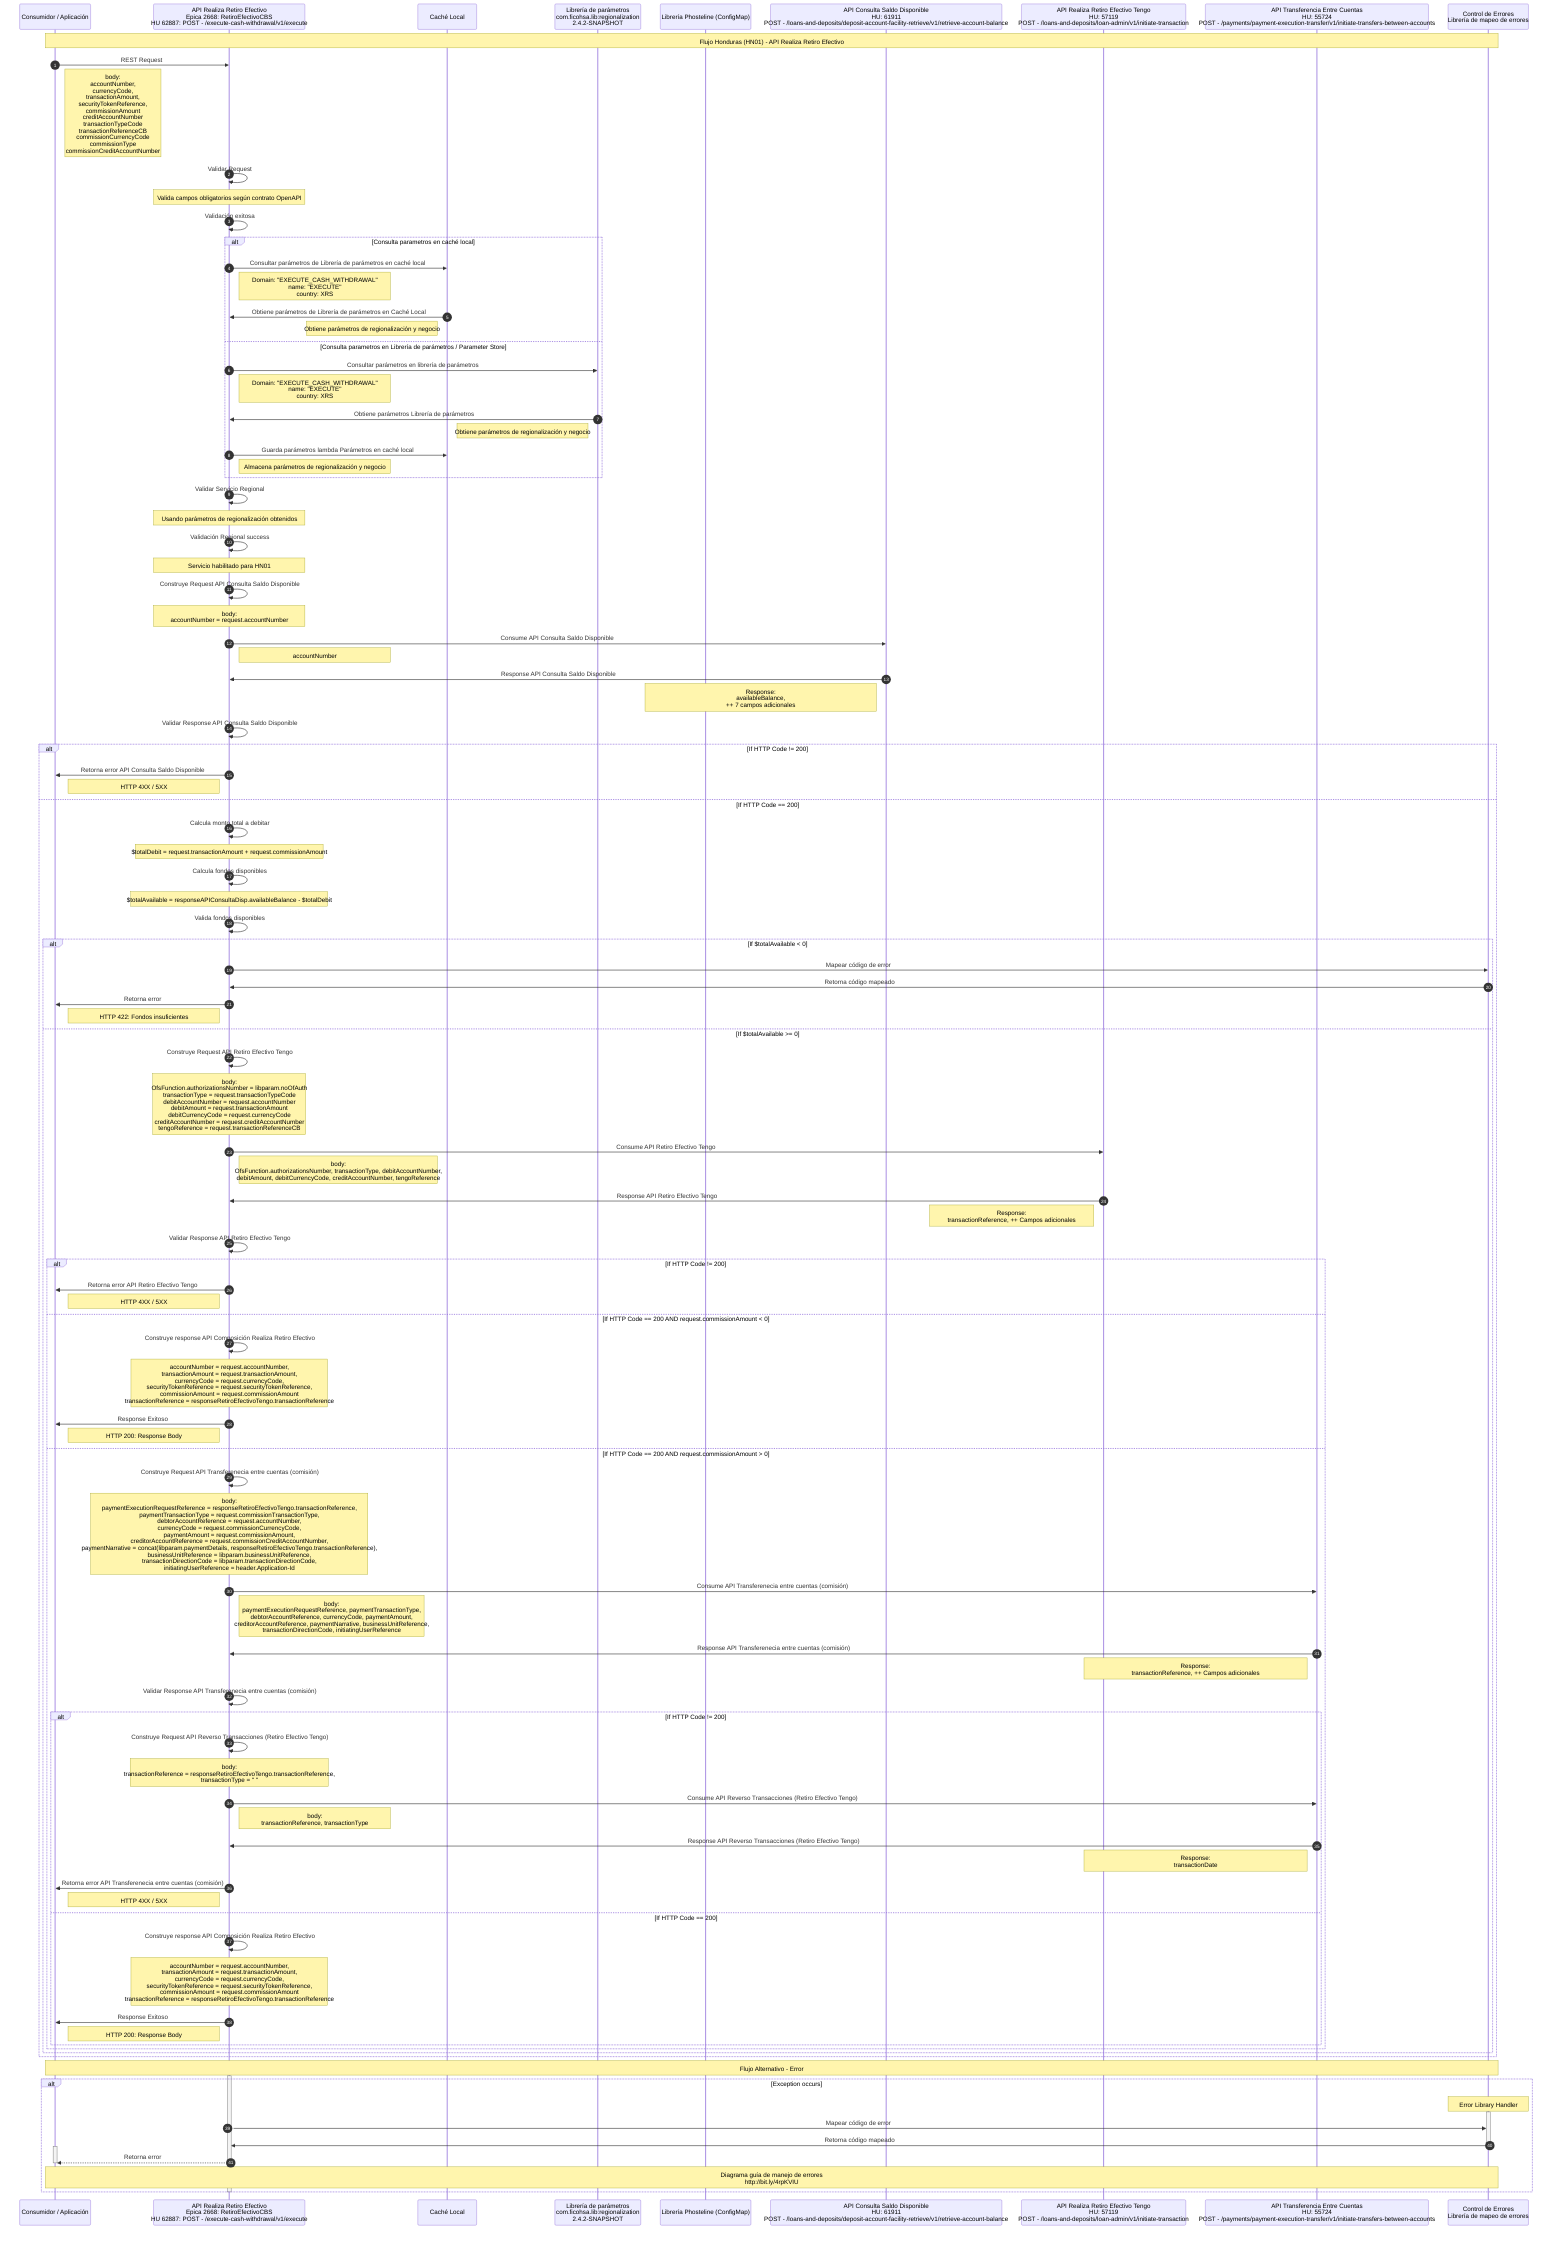
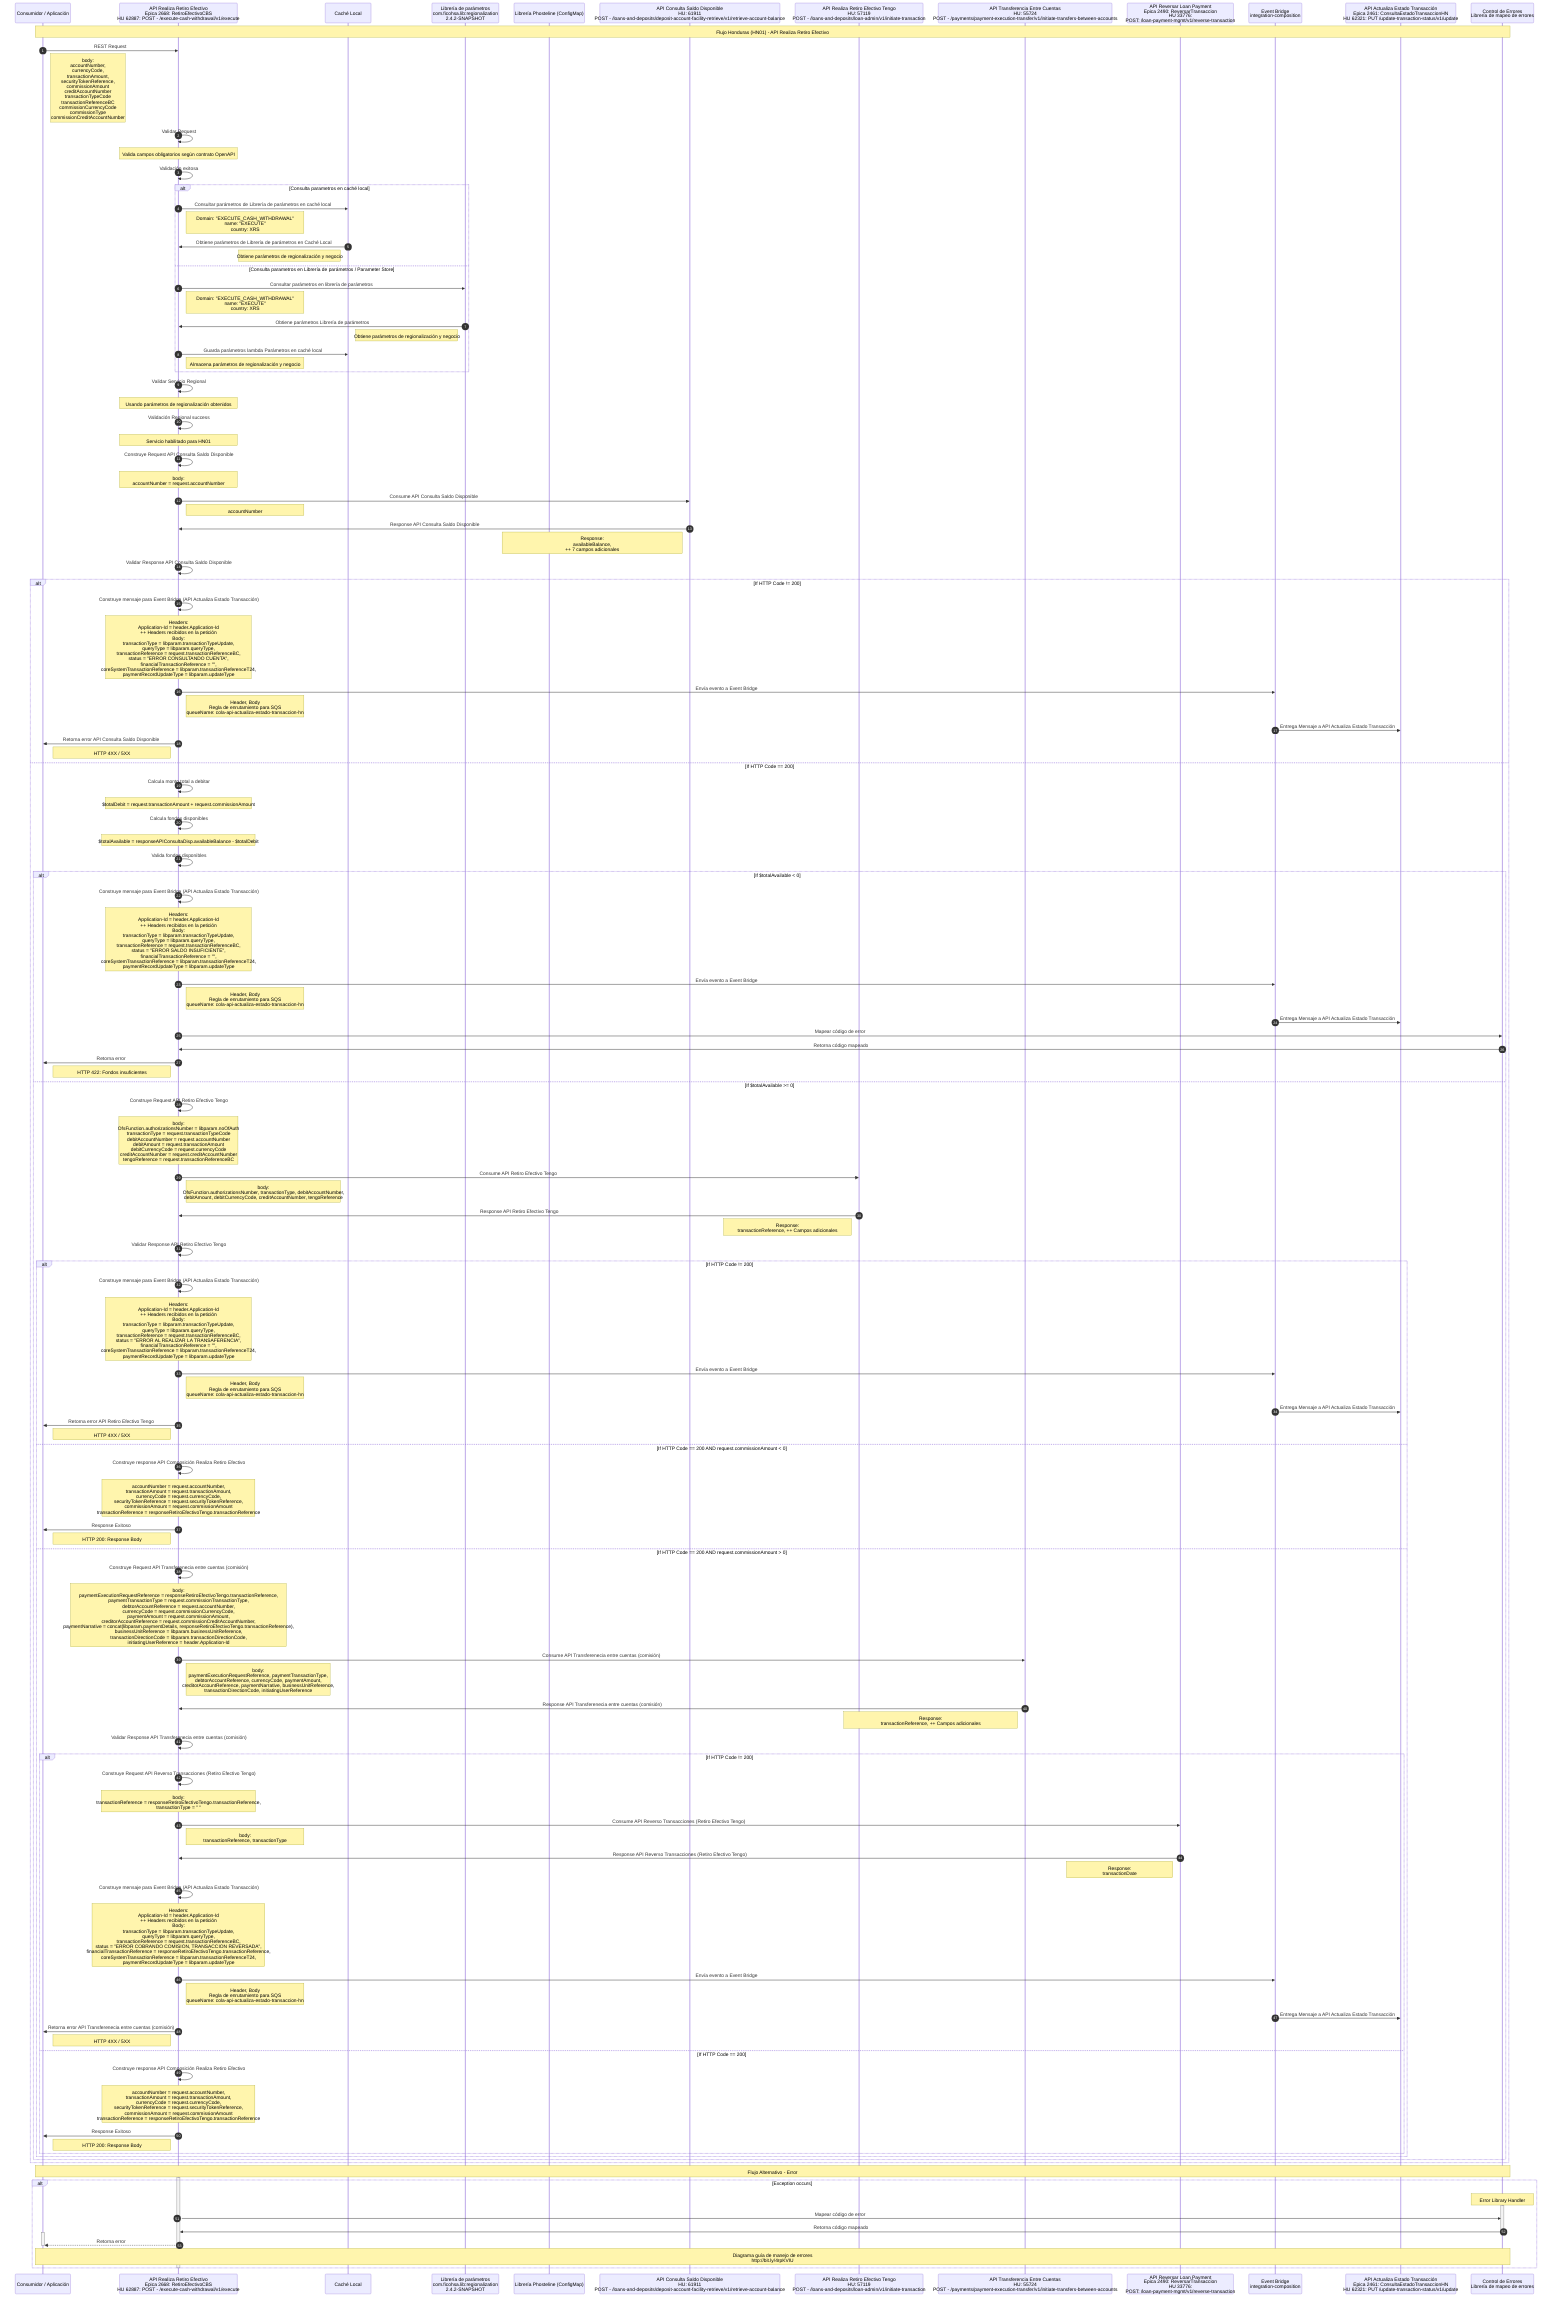
sequenceDiagram
    autonumber
    participant Consumidor as Consumidor / Aplicación
    participant API as API Realiza Retiro Efectivo <br> Epica 2668: RetiroEfectivoCBS <br> HU 62887:  POST - /execute-cash-withdrawal/v1/execute
    participant CL as Caché Local
    participant Lambda as Librería de parámetros <br> com.ficohsa.lib:regionalization <br> 2.4.2-SNAPSHOT
    participant Lib as Librería Phosteline (ConfigMap)
    participant saldo as API Consulta Saldo Disponible <br> HU: 61911 <br> POST - /loans-and-deposits/deposit-account-facility-retrieve/v1/retrieve-account-balance
    participant retiro as API Realiza Retiro Efectivo Tengo <br> HU: 57119 <br> POST - /loans-and-deposits/loan-admin/v1/initiate-transaction
    participant comision as API Transferencia Entre Cuentas <br> HU: 55724 <br> POST - /payments/payment-execution-transfer/v1/initiate-transfers-between-accounts
+     participant reverso as API Reversar Loan Payment <br> Epica 2490: ReversarTransaccion <br> HU 33776: <br> POST: /loan-payment-mgmt/v1/reverse-transaction
+     participant event as Event Bridge <br> integration-composition
+     participant API5 as API Actualiza Estado Transacción <br> Epica 2461: ConsultaEstadoTransaccionHN <br> HU 62321:  PUT /update-transaction-status/v1/update
    participant Errors as Control de Errores <br> Librería de mapeo de errores

    Note over Consumidor, Errors: Flujo Honduras (HN01) - API Realiza Retiro Efectivo

    Consumidor->>API: REST Request
-     Note right of Consumidor: body: <br> accountNumber, <br> currencyCode, <br> transactionAmount, <br> securityTokenReference, <br> commissionAmount <br> creditAccountNumber <br> transactionTypeCode <br> transactionReferenceCB <br> commissionCurrencyCode <br> commissionType <br> commissionCreditAccountNumber
+     Note right of Consumidor: body: <br> accountNumber, <br> currencyCode, <br> transactionAmount, <br> securityTokenReference, <br> commissionAmount <br> creditAccountNumber <br> transactionTypeCode <br> transactionReferenceBC <br> commissionCurrencyCode <br> commissionType <br> commissionCreditAccountNumber

    API->>API: Validar Request
    Note over API: Valida campos obligatorios según contrato OpenAPI

    API->>API: Validación exitosa

    alt Consulta parametros en caché local

        API->>CL: Consultar parámetros de Librería de parámetros en caché local
        Note right of API: Domain: "EXECUTE_CASH_WITHDRAWAL" <br> name: "EXECUTE" <br> country: XRS

        CL->>API: Obtiene parámetros de Librería de parámetros en Caché Local
        Note left of CL: Obtiene parámetros de regionalización y negocio

    else Consulta  parametros en Librería de parámetros / Parameter Store

        API->>Lambda: Consultar parámetros en librería de parámetros
        Note right of API: Domain: "EXECUTE_CASH_WITHDRAWAL" <br> name: "EXECUTE" <br> country: XRS

        Lambda->>API: Obtiene parámetros Librería de parámetros
        Note left of Lambda: Obtiene parámetros de regionalización y negocio

        API->>CL: Guarda parámetros lambda Parámetros en caché local
        Note right of API: Almacena parámetros de regionalización y negocio

    end

    API->>API: Validar Servicio Regional
    Note over API: Usando parámetros de regionalización obtenidos

    API->>API: Validación Regional success
    Note over API: Servicio habilitado para HN01

    API->>API: Construye Request API Consulta Saldo Disponible
    Note over API: body:  <br> accountNumber = request.accountNumber

    API->>saldo: Consume API Consulta Saldo Disponible
    Note right of API: accountNumber

    saldo->>API: Response API Consulta Saldo Disponible
    Note left of saldo: Response: <br> availableBalance, <br> ++ 7 campos adicionales

    API->>API: Validar Response API Consulta Saldo Disponible

    alt If HTTP Code != 200

+         API->>API: Construye mensaje para Event Bridge (API Actualiza Estado Transacción)
+         Note over API: Headers: <br> Application-Id = header.Application-Id <br> ++ Headers recibidos en la petición <br> Body: <br> transactionType = libparam.transactionTypeUpdate, <br> queryType = libparam.queryType, <br> transactionReference = request.transactionReferenceBC, <br> status = "ERROR CONSULTANDO CUENTA", <br> financialTransactionReference = "", <br> coreSystemTransactionReference = libparam.transactionReferenceT24, <br> paymentRecordUpdateType = libparam.updateType
+ 
+         API->>event: Envía evento a Event Bridge
+         Note right of API: Header, Body <br> Regla de enrutamiento para SQS <br> queueName: cola-api-actualiza-estado-transaccion-hn
+ 
+         event->>API5: Entrega Mensaje a API Actualiza Estado Transacción
+ 
        API->> Consumidor: Retorna error API Consulta Saldo Disponible
        Note left of API: HTTP 4XX / 5XX

    else If HTTP Code == 200

        API->>API: Calcula monto total a debitar
        Note over API: $totalDebit = request.transactionAmount + request.commissionAmount

        API->>API: Calcula fondos disponibles
        Note over API: $totalAvailable = responseAPIConsultaDisp.availableBalance - $totalDebit

        API->>API: Valida fondos disponibles

        alt If $totalAvailable < 0

+             API->>API: Construye mensaje para Event Bridge (API Actualiza Estado Transacción)
+             Note over API: Headers: <br> Application-Id = header.Application-Id <br> ++ Headers recibidos en la petición <br> Body: <br> transactionType = libparam.transactionTypeUpdate, <br> queryType = libparam.queryType, <br> transactionReference = request.transactionReferenceBC, <br> status = "ERROR SALDO INSUFICIENTE", <br> financialTransactionReference = "", <br> coreSystemTransactionReference = libparam.transactionReferenceT24, <br> paymentRecordUpdateType = libparam.updateType
+ 
+             API->>event: Envía evento a Event Bridge
+             Note right of API: Header, Body <br> Regla de enrutamiento para SQS <br> queueName: cola-api-actualiza-estado-transaccion-hn
+ 
+             event->>API5: Entrega Mensaje a API Actualiza Estado Transacción
+ 
            API->> Errors: Mapear código de error

            Errors ->> API: Retorna código mapeado

            API->> Consumidor: Retorna error
            Note left of API: HTTP 422: Fondos insuficientes

        else If $totalAvailable >= 0

            API->>API: Construye Request API Retiro Efectivo Tengo
-             Note over API: body: <br> OfsFunction.authorizationsNumber = libparam.noOfAuth <br> transactionType = request.transactionTypeCode <br> debitAccountNumber = request.accountNumber <br> debitAmount = request.transactionAmount <br> debitCurrencyCode = request.currencyCode <br> creditAccountNumber = request.creditAccountNumber <br> tengoReference = request.transactionReferenceCB
+             Note over API: body: <br> OfsFunction.authorizationsNumber = libparam.noOfAuth <br> transactionType = request.transactionTypeCode <br> debitAccountNumber = request.accountNumber <br> debitAmount = request.transactionAmount <br> debitCurrencyCode = request.currencyCode <br> creditAccountNumber = request.creditAccountNumber <br> tengoReference = request.transactionReferenceBC

            API->>retiro: Consume API Retiro Efectivo Tengo
            Note right of API: body:<br> OfsFunction.authorizationsNumber, transactionType, debitAccountNumber, <br> debitAmount, debitCurrencyCode, creditAccountNumber, tengoReference

            retiro->>API: Response API Retiro Efectivo Tengo
            Note left of retiro: Response: <br> transactionReference, ++ Campos adicionales

            API->>API: Validar Response API Retiro Efectivo Tengo

            alt If HTTP Code != 200

+                 API->>API: Construye mensaje para Event Bridge (API Actualiza Estado Transacción)
+                 Note over API: Headers: <br> Application-Id = header.Application-Id <br> ++ Headers recibidos en la petición <br> Body: <br> transactionType = libparam.transactionTypeUpdate, <br> queryType = libparam.queryType, <br> transactionReference = request.transactionReferenceBC, <br> status = "ERROR AL REALIZAR LA TRANSAFERENCIA", <br> financialTransactionReference = "", <br> coreSystemTransactionReference = libparam.transactionReferenceT24, <br> paymentRecordUpdateType = libparam.updateType
+ 
+                 API->>event: Envía evento a Event Bridge
+                 Note right of API: Header, Body <br> Regla de enrutamiento para SQS <br> queueName: cola-api-actualiza-estado-transaccion-hn
+ 
+                 event->>API5: Entrega Mensaje a API Actualiza Estado Transacción
+ 
                API->> Consumidor: Retorna error API Retiro Efectivo Tengo
                Note left of API: HTTP 4XX / 5XX

             else If HTTP Code == 200 AND request.commissionAmount < 0

                API->>API: Construye response API Composición Realiza Retiro Efectivo
                Note over API: accountNumber = request.accountNumber, <br> transactionAmount = request.transactionAmount, <br>  currencyCode = request.currencyCode, <br>  securityTokenReference = request.securityTokenReference, <br> commissionAmount = request.commissionAmount <br> transactionReference = responseRetiroEfectivoTengo.transactionReference

                API->>Consumidor: Response Exitoso
                Note left of API: HTTP 200: Response Body

            else If HTTP Code == 200 AND request.commissionAmount > 0

                API->>API: Construye Request API Transferenecia entre cuentas (comisión)
                Note over API: body: <br> paymentExecutionRequestReference = responseRetiroEfectivoTengo.transactionReference, <br> paymentTransactionType = request.commissionTransactionType, <br> debtorAccountReference = request.accountNumber, <br> currencyCode = request.commissionCurrencyCode, <br> paymentAmount = request.commissionAmount, <br> creditorAccountReference = request.commissionCreditAccountNumber, <br> paymentNarrative = concat(libparam.paymentDetails, responseRetiroEfectivoTengo.transactionReference), <br> businessUnitReference = libparam.businessUnitReference, <br> transactionDirectionCode = libparam.transactionDirectionCode, <br> initiatingUserReference = header.Application-Id

                API->>comision: Consume API Transferenecia entre cuentas (comisión)
                Note right of API: body: <br> paymentExecutionRequestReference, paymentTransactionType, <br> debtorAccountReference, currencyCode, paymentAmount, <br> creditorAccountReference, paymentNarrative, businessUnitReference, <br> transactionDirectionCode, initiatingUserReference

                comision->>API: Response API Transferenecia entre cuentas (comisión)
                Note left of comision: Response: <br> transactionReference, ++ Campos adicionales

                API->>API: Validar Response API Transferenecia entre cuentas (comisión)

                alt If HTTP Code != 200

                    API->>API: Construye Request API Reverso Transacciones (Retiro Efectivo Tengo)
                    Note over API: body: <br> transactionReference = responseRetiroEfectivoTengo.transactionReference, <br> transactionType = " "

-                     API->>comision: Consume API Reverso Transacciones (Retiro Efectivo Tengo)
+                     API->>reverso: Consume API Reverso Transacciones (Retiro Efectivo Tengo)
                    Note right of API: body: <br> transactionReference, transactionType

-                     comision->>API: Response API Reverso Transacciones (Retiro Efectivo Tengo)
-                     Note left of comision: Response: <br> transactionDate
+                     reverso->>API: Response API Reverso Transacciones (Retiro Efectivo Tengo)
+                     Note left of reverso: Response: <br> transactionDate
+ 
+                     API->>API: Construye mensaje para Event Bridge (API Actualiza Estado Transacción)
+                     Note over API: Headers: <br> Application-Id = header.Application-Id <br> ++ Headers recibidos en la petición <br> Body: <br> transactionType = libparam.transactionTypeUpdate, <br> queryType = libparam.queryType, <br> transactionReference = request.transactionReferenceBC, <br> status = "ERROR COBRANDO COMISION, TRANSACCION REVERSADA", <br> financialTransactionReference = responseRetiroEfectivoTengo.transactionReference, <br> coreSystemTransactionReference = libparam.transactionReferenceT24, <br> paymentRecordUpdateType = libparam.updateType
+ 
+                     API->>event: Envía evento a Event Bridge
+                     Note right of API: Header, Body <br> Regla de enrutamiento para SQS <br> queueName: cola-api-actualiza-estado-transaccion-hn
+ 
+                     event->>API5: Entrega Mensaje a API Actualiza Estado Transacción

                    API->> Consumidor: Retorna error API Transferenecia entre cuentas (comisión)
                    Note left of API: HTTP 4XX / 5XX

                else If HTTP Code == 200

                    API->>API: Construye response API Composición Realiza Retiro Efectivo
                    Note over API: accountNumber = request.accountNumber, <br> transactionAmount = request.transactionAmount, <br>  currencyCode = request.currencyCode, <br>  securityTokenReference = request.securityTokenReference, <br> commissionAmount = request.commissionAmount <br> transactionReference = responseRetiroEfectivoTengo.transactionReference

                    API->>Consumidor: Response Exitoso
                    Note left of API: HTTP 200: Response Body

                end

            end

        end

    end

    Note over Consumidor, Errors: Flujo Alternativo - Error
    activate API
    alt Exception occurs
        note over Errors: Error Library Handler
        activate Errors
            API->> Errors: Mapear código de error
            Errors ->> API: Retorna código mapeado
        deactivate Errors
        activate Consumidor
            API-->> Consumidor: Retorna error
        deactivate Consumidor
        Note over Consumidor,Errors: Diagrama guía de manejo de errores <br> http://bit.ly/4rpKVIU
    end
    deactivate API